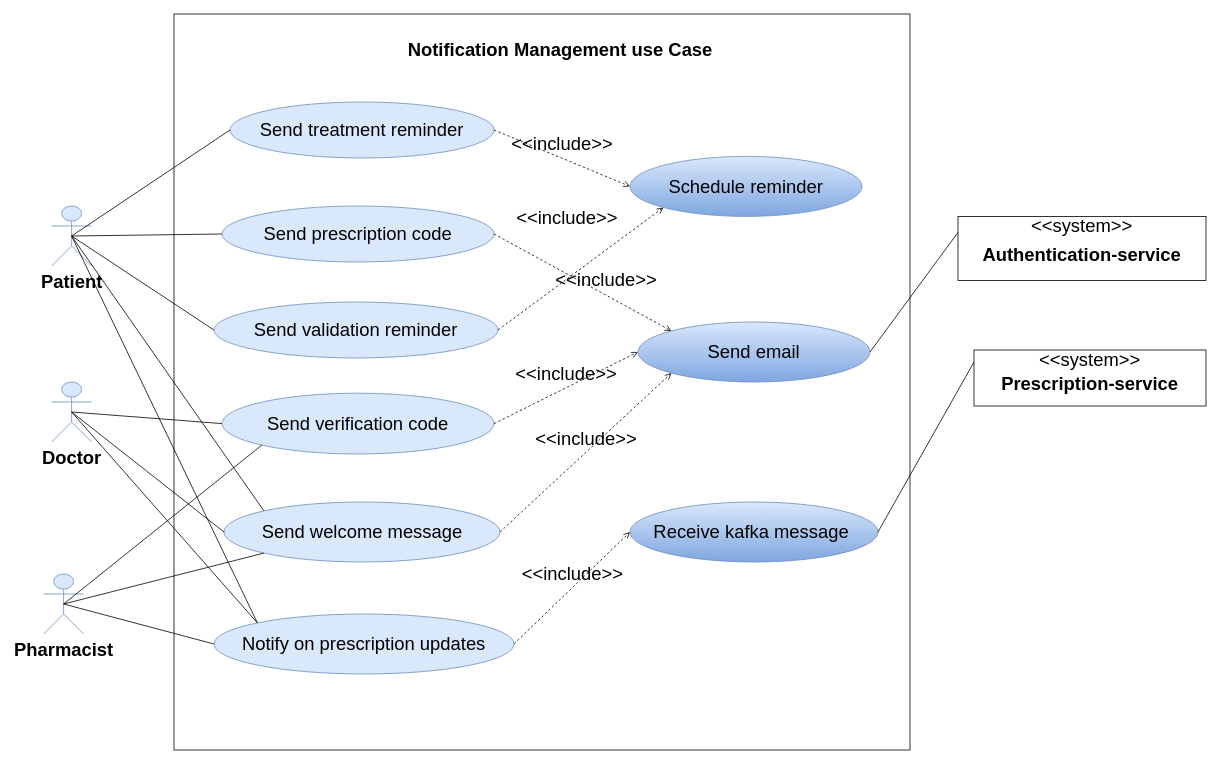
The draw.io diagram Use case_diagram/Notifications use case diagram.drawio in siwar630/Conception-pfe, before the edit. Source tidied: cells renumbered, new cells numbered last; positions are measured from the earlier drawing's top-left corner, leaving out a move shared by most shapes. Both pictures are drawn from the tidied source at 80%, with x=0, y=0 at pixel (43, 14).
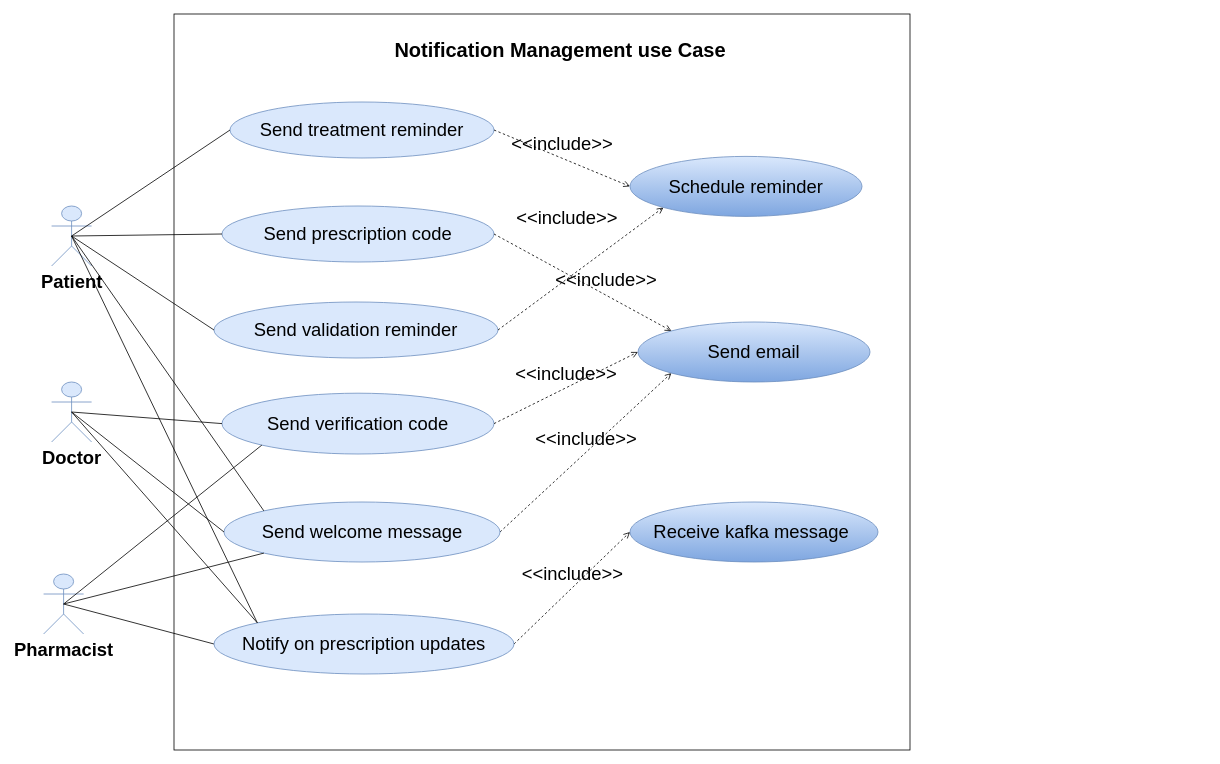
After the change.

Commit message:
Mettre à jour Notifications use case diagram.drawio

Unchanged cells that the change refers to:
```xml
<mxCell id="7" value="&lt;table&gt;&lt;tbody&gt;&lt;tr&gt;&lt;td&gt;Receive kafka message&amp;nbsp;&lt;table&gt;&lt;tbody&gt;&lt;tr&gt;&lt;/tr&gt;&lt;/tbody&gt;&lt;/table&gt;&lt;/td&gt;&lt;/tr&gt;&lt;/tbody&gt;&lt;/table&gt;" style="ellipse;whiteSpace=wrap;html=1;fillColor=#dae8fc;strokeColor=#6c8ebf;gradientColor=#7ea6e0;fontSize=23;" parent="1" vertex="1">
  <mxGeometry x="733" y="610" width="310" height="75" as="geometry" />
</mxCell>
<mxCell id="26" value="&lt;table&gt;&lt;tbody&gt;&lt;tr&gt;&lt;td&gt;Send email&lt;table&gt;&lt;tbody&gt;&lt;tr&gt;&lt;/tr&gt;&lt;/tbody&gt;&lt;/table&gt;&lt;/td&gt;&lt;/tr&gt;&lt;/tbody&gt;&lt;/table&gt;" style="ellipse;whiteSpace=wrap;html=1;fillColor=#dae8fc;strokeColor=#6c8ebf;gradientColor=#7ea6e0;fontSize=23;" parent="1" vertex="1">
  <mxGeometry x="743" y="385" width="290" height="75" as="geometry" />
</mxCell>
```

Diff of the diagram source:
```diff
@@
-    <mxCell id="4" value="&lt;b&gt;&lt;font&gt;Notification Management use Case&lt;/font&gt;&lt;/b&gt;" style="text;html=1;align=center;verticalAlign=middle;whiteSpace=wrap;rounded=0;fontSize=23;" parent="1" vertex="1">
+    <mxCell id="4" value="&lt;b&gt;&lt;font style=&quot;font-size: 25px;&quot;&gt;Notification Management use Case&lt;/font&gt;&lt;/b&gt;" style="text;html=1;align=center;verticalAlign=middle;whiteSpace=wrap;rounded=0;fontSize=23;" parent="1" vertex="1">
       <mxGeometry x="425.5" y="30" width="440" height="30" as="geometry" />
     </mxCell>
@@
-    <mxCell id="16" style="fontStyle=1;align=center;verticalAlign=middle;horizontal=1;fontSize=23;" parent="1" vertex="1">
-      <mxGeometry x="1163" y="420" width="290" height="70" as="geometry" />
-    </mxCell>
-    <mxCell id="17" value="&amp;lt;&amp;lt;system&amp;gt;&amp;gt;" style="html=1;align=center;spacing=0;verticalAlign=middle;strokeColor=none;fillColor=none;whiteSpace=wrap;spacingTop=3;fontSize=23;" parent="16" vertex="1">
-      <mxGeometry width="290" height="20" as="geometry" />
-    </mxCell>
-    <mxCell id="18" value="Prescription-service" style="html=1;align=center;spacing=0;verticalAlign=middle;strokeColor=none;fillColor=none;whiteSpace=wrap;spacingBottom=4;fontStyle=1;fontSize=23;" parent="16" vertex="1">
-      <mxGeometry y="20" width="290" height="50" as="geometry" />
-    </mxCell>
-    <mxCell id="19" style="edgeStyle=none;html=1;endArrow=none;verticalAlign=bottom;rounded=0;exitX=1;exitY=0.5;exitDx=0;exitDy=0;entryX=0;entryY=0.75;entryDx=0;entryDy=0;fontSize=23;" parent="1" edge="1" source="7" target="17">
-      <mxGeometry relative="1" as="geometry" />
-    </mxCell>
@@
-    <mxCell id="27" style="fontStyle=1;align=center;verticalAlign=middle;horizontal=1;fontSize=23;" parent="1" vertex="1">
-      <mxGeometry x="1143" y="253" width="310" height="80" as="geometry" />
-    </mxCell>
-    <mxCell id="28" value="&amp;lt;&amp;lt;system&amp;gt;&amp;gt;" style="html=1;align=center;spacing=0;verticalAlign=middle;strokeColor=none;fillColor=none;whiteSpace=wrap;spacingTop=3;fontSize=23;" parent="27" vertex="1">
-      <mxGeometry width="310" height="20" as="geometry" />
-    </mxCell>
-    <mxCell id="29" value="Authentication-service" style="html=1;align=center;spacing=0;verticalAlign=middle;strokeColor=none;fillColor=none;whiteSpace=wrap;spacingBottom=4;fontStyle=1;fontSize=23;" parent="27" vertex="1">
-      <mxGeometry y="20" width="310" height="60" as="geometry" />
-    </mxCell>
@@
-    <mxCell id="31" style="edgeStyle=none;html=1;endArrow=none;verticalAlign=bottom;rounded=0;exitX=1;exitY=0.5;exitDx=0;exitDy=0;entryX=0;entryY=0;entryDx=0;entryDy=0;fontSize=23;" parent="1" edge="1" source="26" target="29">
-      <mxGeometry relative="1" as="geometry" />
-    </mxCell>
```
